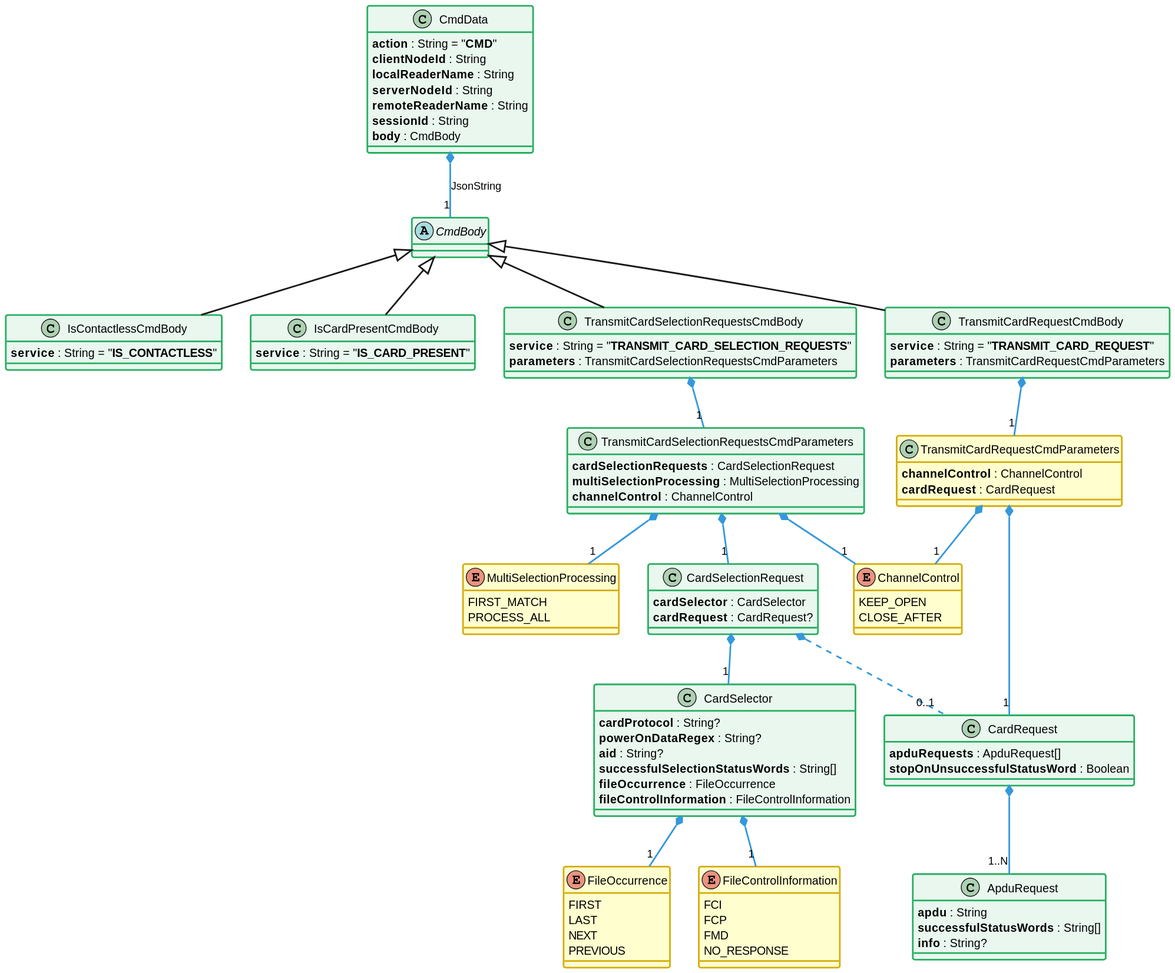
This is static/media/learn/user-guide/distributed-json-api/distributedJsonApi_classDiagram_cmd.svg from eclipse-keyple/keyple-website, a PlantUML export, as it was before one commit.
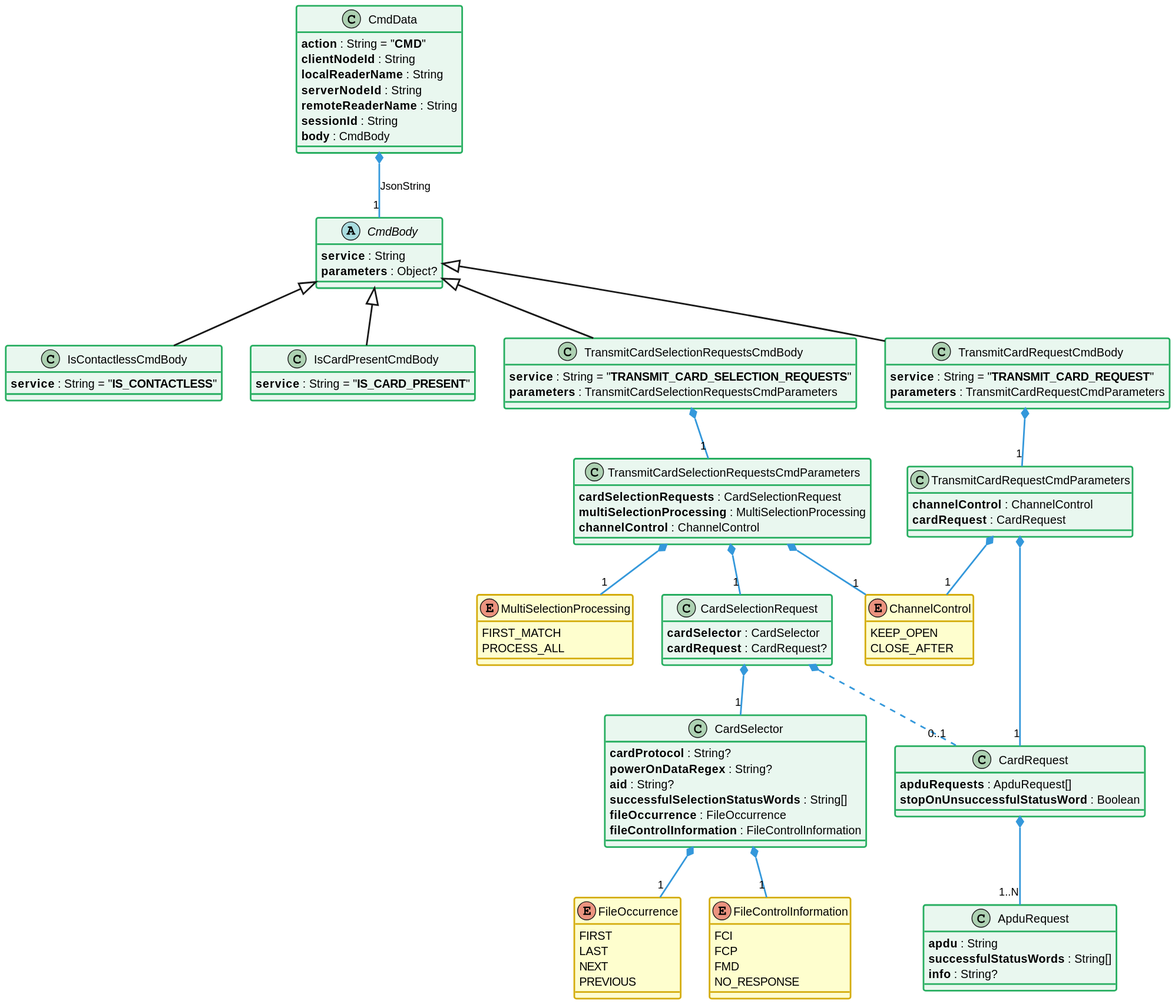
After the change.

Change to the diagram source:
```diff
@@ -47,6 +47,8 @@
     **body** : CmdBody
 }
 abstract class CmdBody {
+    **service** : String
+    **parameters** : Object?
 }
 
 class IsContactlessCmdBody extends CmdBody {
@@ -152,6 +154,7 @@
 class ApduRequest <<green>>
 
 class TransmitCardRequestCmdBody <<green>>
+class TransmitCardRequestCmdParameters <<green>>
 
 class IsCardPresentCmdBody <<green>>
 
```
